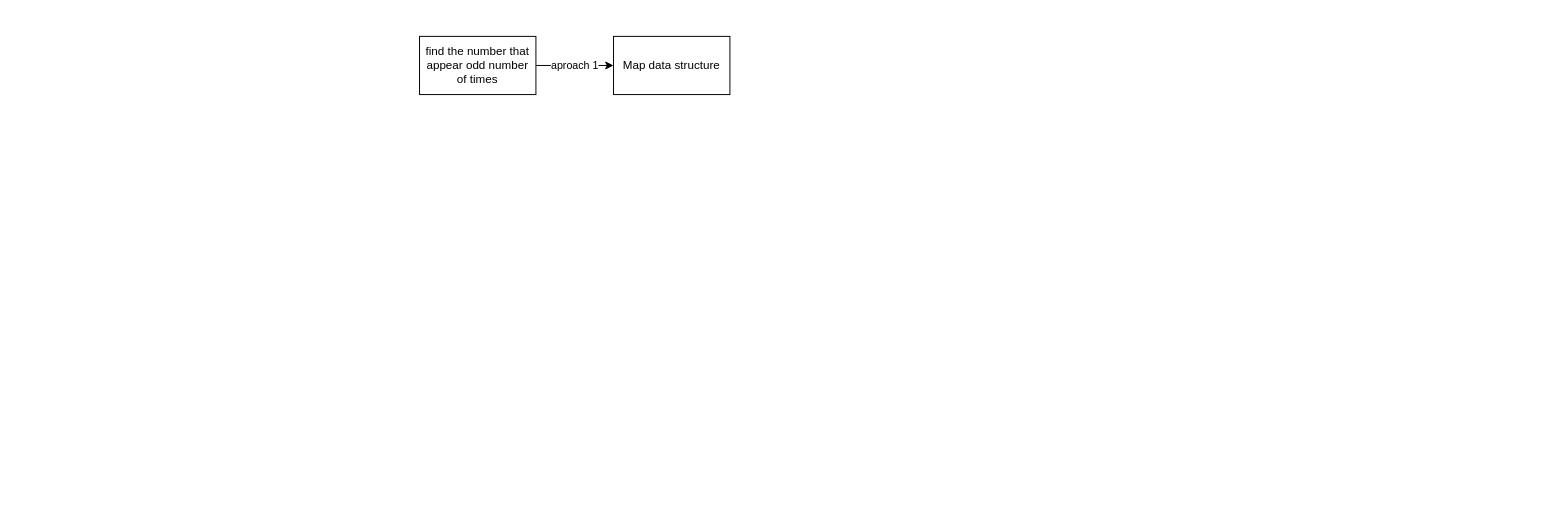
Before: day32/Find the number that appears odd number of times.dio in SARSmars/DSA_Mastery, a draw.io diagram. Source tidied: cells renumbered, new cells numbered last; positions are measured from the earlier drawing's top-left corner, leaving out a move shared by most shapes. Both pictures are drawn from the tidied source at 97%, with x=0, y=0 at pixel (419, 36).
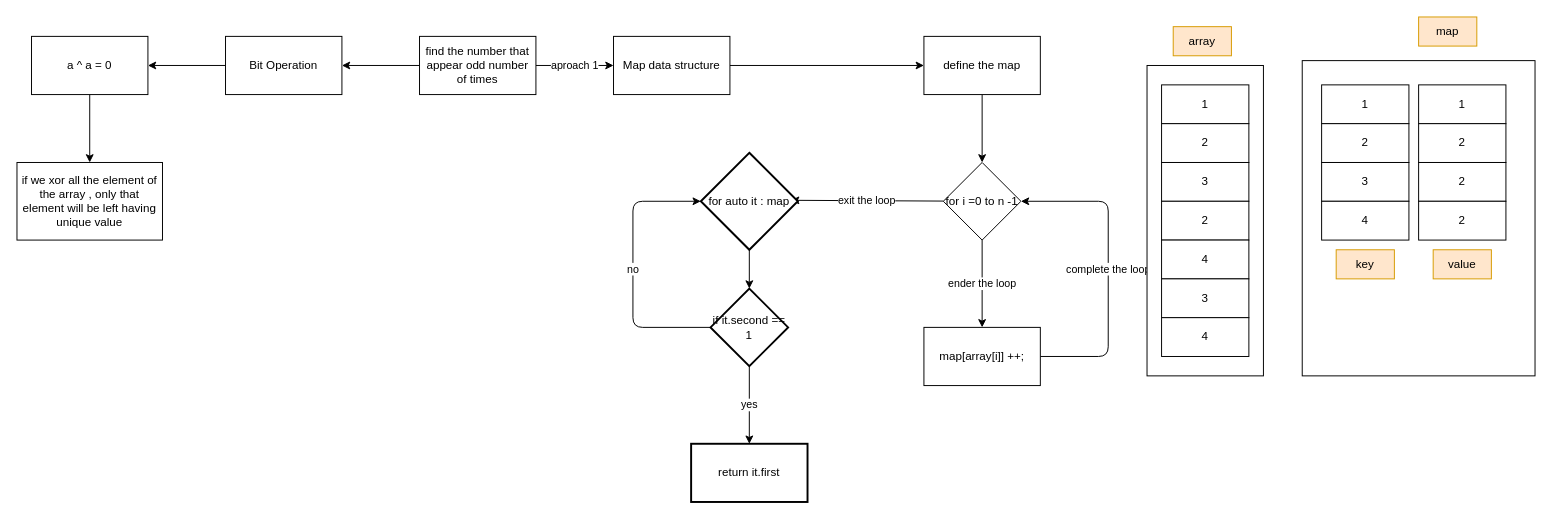
The same diagram, later.

The change refers to these unchanged cells:
```xml
<mxCell id="3" value="find the number that appear odd number of times" style="whiteSpace=wrap;html=1;" parent="1" vertex="1">
  <mxGeometry width="120" height="60" as="geometry" />
</mxCell>
<mxCell id="4" value="Map data structure" style="whiteSpace=wrap;html=1;" parent="1" vertex="1">
  <mxGeometry x="200" width="120" height="60" as="geometry" />
</mxCell>
```

Change to the diagram source:
```diff
@@
+    <mxCell id="5" style="edgeStyle=none;html=1;" parent="1" edge="1" source="3" target="42">
+      <mxGeometry relative="1" as="geometry" />
+    </mxCell>
@@
+    <mxCell id="6" style="edgeStyle=none;html=1;" parent="1" edge="1" source="4" target="8">
+      <mxGeometry relative="1" as="geometry" />
+    </mxCell>
@@
+    <mxCell id="7" style="edgeStyle=none;html=1;" parent="1" edge="1" source="8" target="11">
+      <mxGeometry relative="1" as="geometry" />
+    </mxCell>
+    <mxCell id="8" value="define the map" style="whiteSpace=wrap;html=1;" parent="1" vertex="1">
+      <mxGeometry x="520" width="120" height="60" as="geometry" />
+    </mxCell>
+    <mxCell id="9" value="ender the loop" style="edgeStyle=none;html=1;" parent="1" edge="1" source="11" target="13">
+      <mxGeometry relative="1" as="geometry" />
+    </mxCell>
+    <mxCell id="10" value="exit the loop" style="edgeStyle=none;html=1;entryX=0.93;entryY=0.49;entryDx=0;entryDy=0;entryPerimeter=0;" parent="1" edge="1" source="11" target="39">
+      <mxGeometry relative="1" as="geometry" />
+    </mxCell>
+    <mxCell id="11" value="for i =0 to n -1" style="rhombus;whiteSpace=wrap;html=1;" parent="1" vertex="1">
+      <mxGeometry x="540" y="130" width="80" height="80" as="geometry" />
+    </mxCell>
+    <mxCell id="12" value="complete the loop" style="edgeStyle=none;html=1;entryX=1;entryY=0.5;entryDx=0;entryDy=0;" parent="1" edge="1" source="13" target="11">
+      <mxGeometry relative="1" as="geometry">
+        <Array as="points">
+          <mxPoint x="710" y="330" />
+          <mxPoint x="710" y="170" />
+        </Array>
+      </mxGeometry>
+    </mxCell>
+    <mxCell id="13" value="map[array[i]] ++;" style="whiteSpace=wrap;html=1;" parent="1" vertex="1">
+      <mxGeometry x="520" y="300" width="120" height="60" as="geometry" />
+    </mxCell>
+    <mxCell id="14" style="whiteSpace=wrap;html=1;" parent="1" vertex="1">
+      <mxGeometry x="750" y="30" width="120" height="320" as="geometry" />
+    </mxCell>
+    <mxCell id="15" value="array" style="text;strokeColor=#d79b00;align=center;fillColor=#ffe6cc;html=1;verticalAlign=middle;whiteSpace=wrap;rounded=0;" parent="1" vertex="1">
+      <mxGeometry x="777" y="-10" width="60" height="30" as="geometry" />
+    </mxCell>
+    <mxCell id="16" style="whiteSpace=wrap;html=1;" parent="1" vertex="1">
+      <mxGeometry x="910" y="25" width="240" height="325" as="geometry" />
+    </mxCell>
+    <mxCell id="17" value="map" style="text;strokeColor=#d79b00;align=center;fillColor=#ffe6cc;html=1;verticalAlign=middle;whiteSpace=wrap;rounded=0;" parent="1" vertex="1">
+      <mxGeometry x="1030" y="-20" width="60" height="30" as="geometry" />
+    </mxCell>
+    <mxCell id="18" value="1" style="whiteSpace=wrap;html=1;" parent="1" vertex="1">
+      <mxGeometry x="765" y="50" width="90" height="40" as="geometry" />
+    </mxCell>
+    <mxCell id="19" value="2" style="whiteSpace=wrap;html=1;" parent="1" vertex="1">
+      <mxGeometry x="765" y="90" width="90" height="40" as="geometry" />
+    </mxCell>
+    <mxCell id="20" value="3" style="whiteSpace=wrap;html=1;" parent="1" vertex="1">
+      <mxGeometry x="765" y="130" width="90" height="40" as="geometry" />
+    </mxCell>
+    <mxCell id="21" value="2" style="whiteSpace=wrap;html=1;" parent="1" vertex="1">
+      <mxGeometry x="765" y="170" width="90" height="40" as="geometry" />
+    </mxCell>
+    <mxCell id="22" value="4" style="whiteSpace=wrap;html=1;" parent="1" vertex="1">
+      <mxGeometry x="765" y="210" width="90" height="40" as="geometry" />
+    </mxCell>
+    <mxCell id="23" value="3" style="whiteSpace=wrap;html=1;" parent="1" vertex="1">
+      <mxGeometry x="765" y="250" width="90" height="40" as="geometry" />
+    </mxCell>
+    <mxCell id="24" value="4" style="whiteSpace=wrap;html=1;" parent="1" vertex="1">
+      <mxGeometry x="765" y="290" width="90" height="40" as="geometry" />
+    </mxCell>
+    <mxCell id="25" value="1" style="whiteSpace=wrap;html=1;" parent="1" vertex="1">
+      <mxGeometry x="930" y="50" width="90" height="40" as="geometry" />
+    </mxCell>
+    <mxCell id="26" value="2" style="whiteSpace=wrap;html=1;" parent="1" vertex="1">
+      <mxGeometry x="930" y="90" width="90" height="40" as="geometry" />
+    </mxCell>
+    <mxCell id="27" value="3" style="whiteSpace=wrap;html=1;" parent="1" vertex="1">
+      <mxGeometry x="930" y="130" width="90" height="40" as="geometry" />
+    </mxCell>
+    <mxCell id="28" value="4" style="whiteSpace=wrap;html=1;" parent="1" vertex="1">
+      <mxGeometry x="930" y="170" width="90" height="40" as="geometry" />
+    </mxCell>
+    <mxCell id="29" value="1" style="whiteSpace=wrap;html=1;" parent="1" vertex="1">
+      <mxGeometry x="1030" y="50" width="90" height="40" as="geometry" />
+    </mxCell>
+    <mxCell id="30" value="2" style="whiteSpace=wrap;html=1;" parent="1" vertex="1">
+      <mxGeometry x="1030" y="90" width="90" height="40" as="geometry" />
+    </mxCell>
+    <mxCell id="31" value="2" style="whiteSpace=wrap;html=1;" parent="1" vertex="1">
+      <mxGeometry x="1030" y="130" width="90" height="40" as="geometry" />
+    </mxCell>
+    <mxCell id="32" value="2" style="whiteSpace=wrap;html=1;" parent="1" vertex="1">
+      <mxGeometry x="1030" y="170" width="90" height="40" as="geometry" />
+    </mxCell>
+    <mxCell id="33" value="key" style="text;strokeColor=#d79b00;align=center;fillColor=#ffe6cc;html=1;verticalAlign=middle;whiteSpace=wrap;rounded=0;" parent="1" vertex="1">
+      <mxGeometry x="945" y="220" width="60" height="30" as="geometry" />
+    </mxCell>
+    <mxCell id="34" value="value" style="text;strokeColor=#d79b00;align=center;fillColor=#ffe6cc;html=1;verticalAlign=middle;whiteSpace=wrap;rounded=0;" parent="1" vertex="1">
+      <mxGeometry x="1045" y="220" width="60" height="30" as="geometry" />
+    </mxCell>
+    <mxCell id="35" value="yes" style="edgeStyle=none;html=1;" parent="1" edge="1" source="36" target="37">
+      <mxGeometry relative="1" as="geometry" />
+    </mxCell>
+    <mxCell id="36" value="if it.second == 1" style="rhombus;whiteSpace=wrap;html=1;strokeWidth=2;" parent="1" vertex="1">
+      <mxGeometry x="300" y="260" width="80" height="80" as="geometry" />
+    </mxCell>
+    <mxCell id="37" value="return it.first" style="whiteSpace=wrap;html=1;strokeWidth=2;" parent="1" vertex="1">
+      <mxGeometry x="280" y="420" width="120" height="60" as="geometry" />
+    </mxCell>
+    <mxCell id="38" style="edgeStyle=none;html=1;" parent="1" edge="1" source="39" target="36">
+      <mxGeometry relative="1" as="geometry" />
+    </mxCell>
+    <mxCell id="39" value="&lt;span style=&quot;color: rgb(0, 0, 0);&quot;&gt;for auto it : map&lt;/span&gt;" style="strokeWidth=2;html=1;shape=mxgraph.flowchart.decision;whiteSpace=wrap;" parent="1" vertex="1">
+      <mxGeometry x="290" y="120" width="100" height="100" as="geometry" />
+    </mxCell>
+    <mxCell id="40" value="no" style="edgeStyle=none;html=1;entryX=0;entryY=0.5;entryDx=0;entryDy=0;entryPerimeter=0;" parent="1" edge="1" source="36" target="39">
+      <mxGeometry relative="1" as="geometry">
+        <Array as="points">
+          <mxPoint x="220" y="300" />
+          <mxPoint x="220" y="170" />
+        </Array>
+      </mxGeometry>
+    </mxCell>
+    <mxCell id="41" style="edgeStyle=none;html=1;" parent="1" edge="1" source="42" target="44">
+      <mxGeometry relative="1" as="geometry" />
+    </mxCell>
+    <mxCell id="42" value="Bit Operation" style="whiteSpace=wrap;html=1;" parent="1" vertex="1">
+      <mxGeometry x="-200" width="120" height="60" as="geometry" />
+    </mxCell>
+    <mxCell id="43" style="edgeStyle=none;html=1;" parent="1" edge="1" source="44" target="45">
+      <mxGeometry relative="1" as="geometry" />
+    </mxCell>
+    <mxCell id="44" value="a ^ a = 0" style="whiteSpace=wrap;html=1;" parent="1" vertex="1">
+      <mxGeometry x="-400" width="120" height="60" as="geometry" />
+    </mxCell>
+    <mxCell id="45" value="if we xor all the element of the array , only that element will be left having unique value" style="whiteSpace=wrap;html=1;" parent="1" vertex="1">
+      <mxGeometry x="-415" y="130" width="150" height="80" as="geometry" />
+    </mxCell>
```
